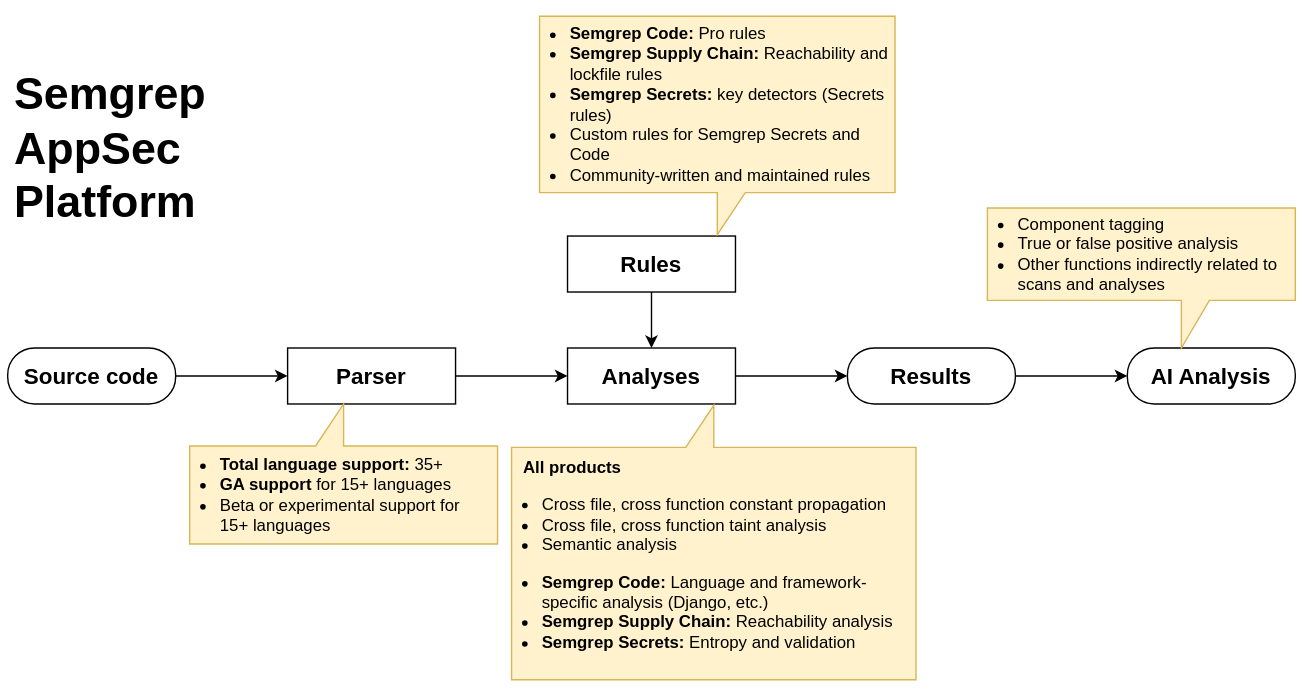
semgrep/semgrep-docs keeps this draw.io diagram as static/img/scan-process-sap.svg. Above is the earlier version. Source tidied: cells renumbered, new cells last; positions are measured from the earlier drawing's top-left corner, leaving out a move shared by most shapes.
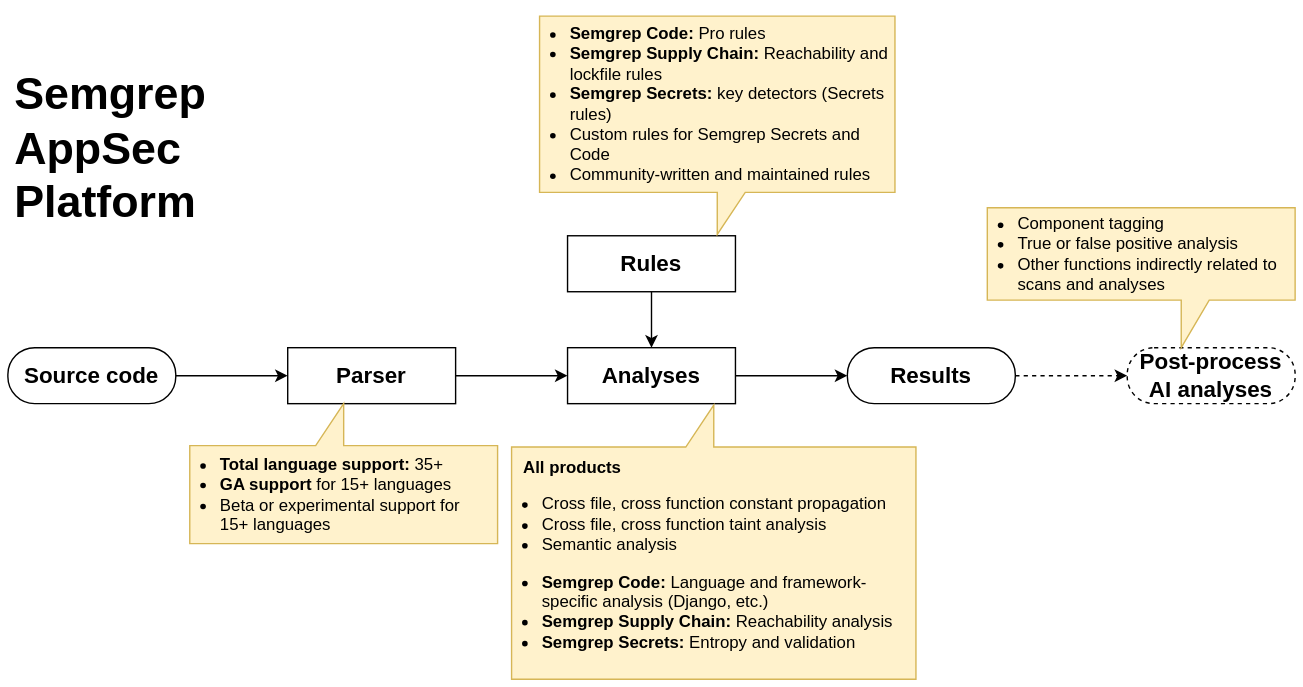
The same diagram one commit later.

Commit message:
update sap photo

Change to the diagram source:
```diff
@@ -20,7 +20,7 @@
     <mxCell id="7" value="Analyses" style="rounded=0;whiteSpace=wrap;html=1;fontSize=16;glass=0;strokeWidth=1;shadow=0;fontStyle=1;" parent="1" vertex="1">
       <mxGeometry x="400" y="237" width="120" height="40" as="geometry" />
     </mxCell>
-    <mxCell id="8" style="edgeStyle=orthogonalEdgeStyle;rounded=0;jettySize=auto;html=1;" parent="1" edge="1" source="9" target="16">
+    <mxCell id="8" style="edgeStyle=orthogonalEdgeStyle;rounded=0;jettySize=auto;html=1;dashed=1;" parent="1" edge="1" source="9" target="16">
       <mxGeometry relative="1" as="geometry" />
     </mxCell>
     <mxCell id="9" value="Results" style="rounded=1;whiteSpace=wrap;html=1;fontSize=16;glass=0;strokeWidth=1;shadow=0;arcSize=48;fontStyle=1;" parent="1" vertex="1">
@@ -44,7 +44,7 @@
     <mxCell id="15" value="&lt;h1&gt;Semgrep AppSec Platform&lt;/h1&gt;" style="text;html=1;strokeColor=none;fillColor=none;spacing=5;spacingTop=-20;whiteSpace=wrap;overflow=hidden;rounded=0;fontSize=16;" parent="1" vertex="1">
       <mxGeometry y="26" width="190" height="120" as="geometry" />
     </mxCell>
-    <mxCell id="16" value="AI Analysis" style="rounded=1;whiteSpace=wrap;html=1;fontSize=16;glass=0;strokeWidth=1;shadow=0;arcSize=48;fontStyle=1;" parent="1" vertex="1">
+    <mxCell id="16" value="Post-process AI analyses" style="rounded=1;whiteSpace=wrap;html=1;fontSize=16;glass=0;strokeWidth=1;shadow=0;arcSize=48;fontStyle=1;dashed=1;" parent="1" vertex="1">
       <mxGeometry x="800" y="237" width="120" height="40" as="geometry" />
     </mxCell>
     <mxCell id="17" value="&lt;ul&gt;&lt;li&gt;Component tagging&lt;/li&gt;&lt;li&gt;True or false positive analysis&lt;/li&gt;&lt;li&gt;Other functions indirectly related to scans and analyses&lt;/li&gt;&lt;/ul&gt;" style="shape=callout;whiteSpace=wrap;html=1;perimeter=calloutPerimeter;rounded=0;align=left;verticalAlign=middle;labelPadding=0;spacing=0;spacingLeft=-18;direction=east;fillColor=#fff2cc;strokeColor=#d6b656;spacingRight=10;size=34;position=0.63;position2=0.63;" parent="1" vertex="1">
```
